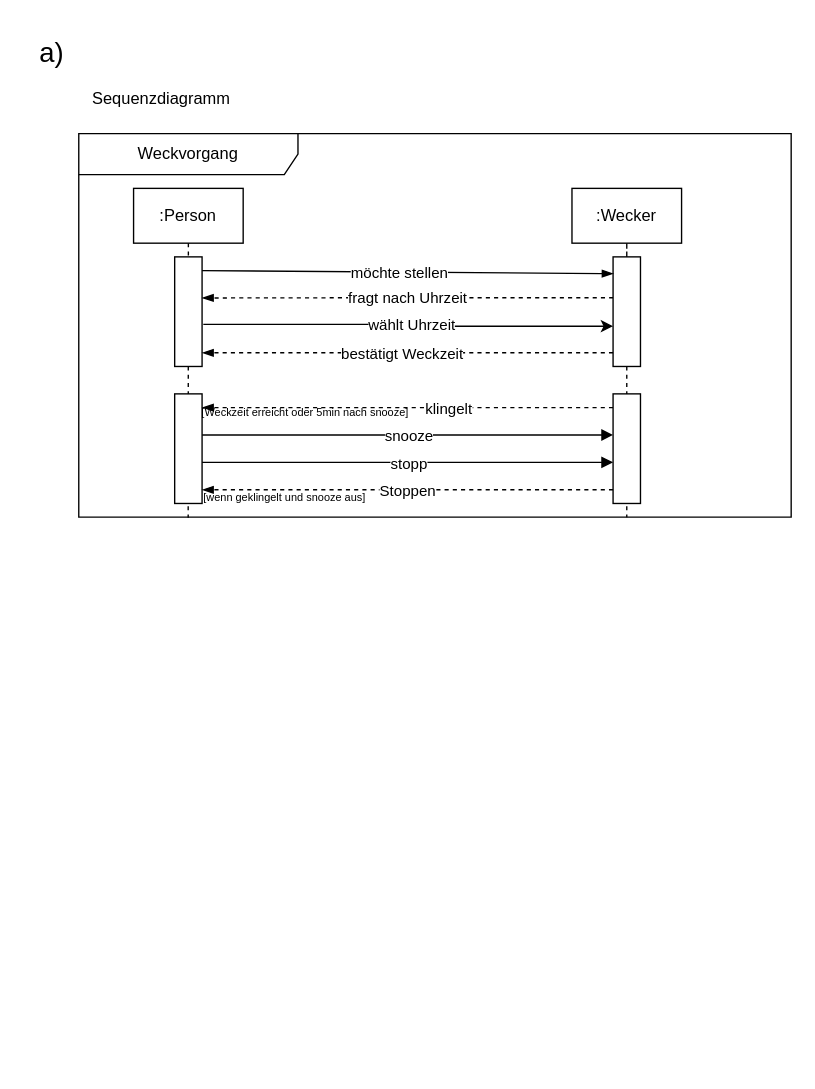
The draw.io diagram 10-13 Sequenzdiagramm und Zustandsdiagramm/Aufgabe10/Aufgabe10.drawio in R4Tobi/modellierung, before the edit. Source tidied: cells renumbered, new cells numbered last; positions are measured from the earlier drawing's top-left corner, leaving out a move shared by most shapes. Both pictures are drawn from the tidied source at 137%, with x=0, y=0 at pixel (23, 23).
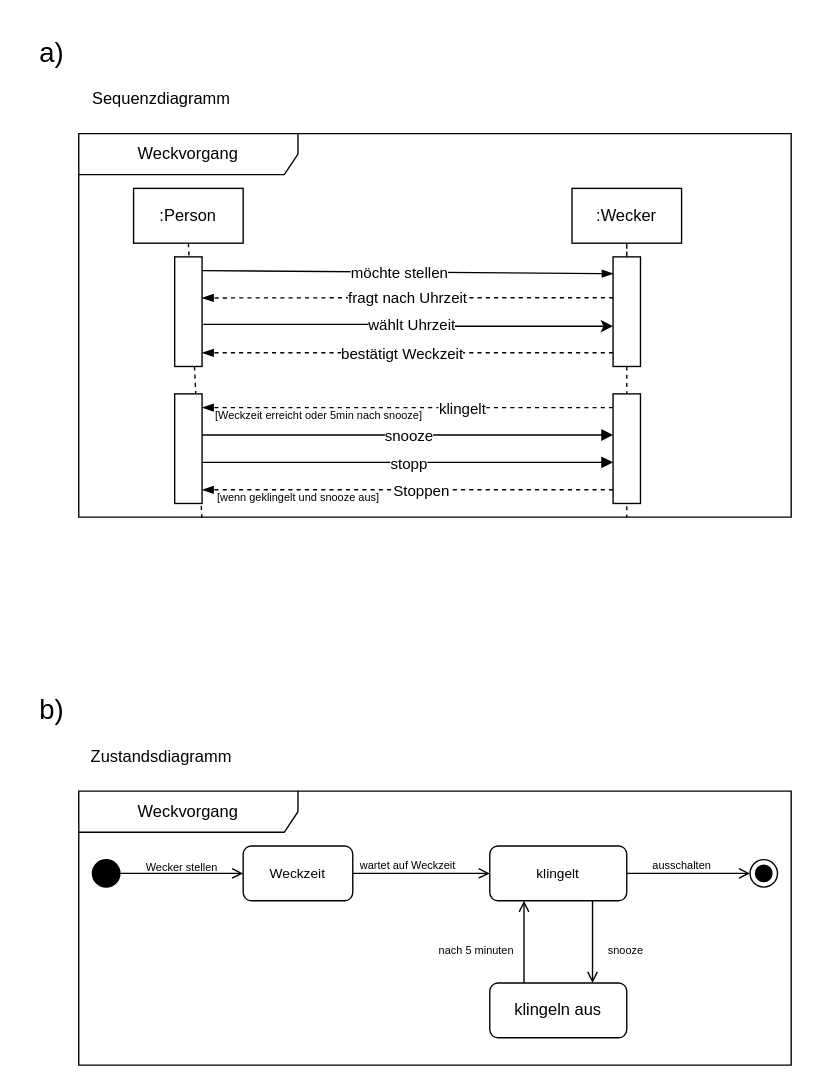
The same diagram, later.

The change refers to these unchanged cells:
```xml
<mxCell id="2" value="Weckvorgang" style="shape=umlFrame;whiteSpace=wrap;html=1;width=160;" parent="1" vertex="1">
  <mxGeometry x="40" y="80" width="520" height="280" as="geometry" />
</mxCell>
<mxCell id="21" style="edgeStyle=orthogonalEdgeStyle;rounded=0;orthogonalLoop=1;jettySize=auto;html=1;exitX=0;exitY=0.25;exitDx=0;exitDy=0;entryX=1;entryY=0.25;entryDx=0;entryDy=0;dashed=1;endArrow=blockThin;endFill=1;" parent="2" edge="1">
  <mxGeometry relative="1" as="geometry">
    <mxPoint x="390" y="200" as="sourcePoint" />
    <mxPoint x="90" y="200" as="targetPoint" />
  </mxGeometry>
</mxCell>
<mxCell id="25" style="edgeStyle=orthogonalEdgeStyle;rounded=0;orthogonalLoop=1;jettySize=auto;html=1;exitX=0;exitY=0.25;exitDx=0;exitDy=0;entryX=1;entryY=0.25;entryDx=0;entryDy=0;dashed=1;endArrow=blockThin;endFill=1;" parent="2" edge="1">
  <mxGeometry relative="1" as="geometry">
    <mxPoint x="390" y="260" as="sourcePoint" />
    <mxPoint x="90" y="260" as="targetPoint" />
  </mxGeometry>
</mxCell>
```

The edit, as a diff of the source:
```diff
@@
     <mxCell id="22" value="klingelt" style="edgeLabel;html=1;align=center;verticalAlign=middle;" parent="21" vertex="1">
       <mxGeometry x="0.01" y="1" relative="1" as="geometry">
-        <mxPoint x="31" y="-1" as="offset" />
+        <mxPoint x="41" y="-1" as="offset" />
       </mxGeometry>
     </mxCell>
@@
     <mxCell id="24" value="&lt;font style=&quot;font-size: 8px;&quot;&gt;[Weckzeit erreicht oder 5min nach snooze]&lt;/font&gt;" style="text;html=1;align=center;verticalAlign=middle;strokeColor=none;fillColor=none;" parent="2" vertex="1">
-      <mxGeometry x="80" y="188" width="170" height="30" as="geometry" />
+      <mxGeometry x="90" y="190" width="170" height="30" as="geometry" />
     </mxCell>
@@
     <mxCell id="26" value="Stoppen" style="edgeLabel;html=1;align=center;verticalAlign=middle;" parent="25" vertex="1">
       <mxGeometry x="0.01" y="1" relative="1" as="geometry">
-        <mxPoint x="1" y="-1" as="offset" />
+        <mxPoint x="11" y="-1" as="offset" />
       </mxGeometry>
     </mxCell>
@@
     <mxCell id="29" value="&lt;font style=&quot;font-size: 8px;&quot;&gt;[wenn geklingelt und snooze aus]&lt;/font&gt;" style="text;html=1;align=center;verticalAlign=middle;points=[];strokeColor=none;fillColor=none;" parent="2" vertex="1">
-      <mxGeometry x="80" y="250" width="140" height="30" as="geometry" />
+      <mxGeometry x="90" y="250" width="140" height="30" as="geometry" />
     </mxCell>
@@
+    <mxCell id="32" value="&lt;font style=&quot;font-size: 20px;&quot;&gt;b)&lt;/font&gt;" style="text;html=1;align=center;verticalAlign=middle;strokeColor=none;fillColor=none;" parent="1" vertex="1">
+      <mxGeometry y="480" width="40" height="40" as="geometry" />
+    </mxCell>
+    <mxCell id="33" value="Weckvorgang" style="shape=umlFrame;whiteSpace=wrap;html=1;width=160;" parent="1" vertex="1">
+      <mxGeometry x="40" y="560" width="520" height="200" as="geometry" />
+    </mxCell>
+    <mxCell id="34" style="edgeStyle=orthogonalEdgeStyle;rounded=0;jettySize=auto;html=1;entryX=0;entryY=0.5;entryDx=0;entryDy=0;endArrow=open;endFill=0;" parent="33" edge="1" source="35" target="37">
+      <mxGeometry relative="1" as="geometry" />
+    </mxCell>
+    <mxCell id="35" style="ellipse;fillColor=strokeColor;html=1;" parent="33" vertex="1">
+      <mxGeometry x="10" y="50" width="20" height="20" as="geometry" />
+    </mxCell>
+    <mxCell id="36" style="edgeStyle=orthogonalEdgeStyle;rounded=0;jettySize=auto;html=1;entryX=0;entryY=0.5;entryDx=0;entryDy=0;endArrow=open;endFill=0;" parent="33" edge="1" source="37" target="41">
+      <mxGeometry relative="1" as="geometry" />
+    </mxCell>
+    <mxCell id="37" value="&lt;font style=&quot;font-size: 10px;&quot;&gt;Weckzeit&lt;/font&gt;" style="rounded=1;whiteSpace=wrap;html=1;" parent="33" vertex="1">
+      <mxGeometry x="120" y="40" width="80" height="40" as="geometry" />
+    </mxCell>
+    <mxCell id="38" value="&lt;font style=&quot;font-size: 8px;&quot;&gt;Wecker stellen&lt;/font&gt;" style="text;html=1;align=center;verticalAlign=middle;strokeColor=none;fillColor=none;" parent="33" vertex="1">
+      <mxGeometry x="35" y="40" width="80" height="30" as="geometry" />
+    </mxCell>
+    <mxCell id="39" style="edgeStyle=orthogonalEdgeStyle;rounded=0;jettySize=auto;html=1;entryX=0;entryY=0.5;entryDx=0;entryDy=0;endArrow=open;endFill=0;" parent="33" edge="1" source="41" target="42">
+      <mxGeometry relative="1" as="geometry" />
+    </mxCell>
+    <mxCell id="40" style="edgeStyle=orthogonalEdgeStyle;rounded=0;jettySize=auto;html=1;exitX=0.75;exitY=1;exitDx=0;exitDy=0;entryX=0.75;entryY=0;entryDx=0;entryDy=0;endArrow=open;endFill=0;" parent="33" edge="1" source="41" target="44">
+      <mxGeometry relative="1" as="geometry" />
+    </mxCell>
+    <mxCell id="41" value="&lt;font style=&quot;font-size: 10px;&quot;&gt;klingelt&lt;/font&gt;" style="rounded=1;whiteSpace=wrap;html=1;" parent="33" vertex="1">
+      <mxGeometry x="300" y="40" width="100" height="40" as="geometry" />
+    </mxCell>
+    <mxCell id="42" style="ellipse;html=1;shape=endState;fillColor=strokeColor;" parent="33" vertex="1">
+      <mxGeometry x="490" y="50" width="20" height="20" as="geometry" />
+    </mxCell>
+    <mxCell id="43" style="edgeStyle=orthogonalEdgeStyle;rounded=0;jettySize=auto;html=1;exitX=0.25;exitY=0;exitDx=0;exitDy=0;entryX=0.25;entryY=1;entryDx=0;entryDy=0;endArrow=open;endFill=0;" parent="33" edge="1" source="44" target="41">
+      <mxGeometry relative="1" as="geometry" />
+    </mxCell>
+    <mxCell id="44" value="klingeln aus" style="rounded=1;whiteSpace=wrap;html=1;" parent="33" vertex="1">
+      <mxGeometry x="300" y="140" width="100" height="40" as="geometry" />
+    </mxCell>
+    <mxCell id="45" value="&lt;font style=&quot;font-size: 8px;&quot;&gt;snooze&lt;/font&gt;" style="text;html=1;align=center;verticalAlign=middle;strokeColor=none;fillColor=none;" parent="33" vertex="1">
+      <mxGeometry x="374" y="100" width="50" height="30" as="geometry" />
+    </mxCell>
+    <mxCell id="46" value="&lt;font style=&quot;font-size: 8px;&quot;&gt;nach 5 minuten&lt;/font&gt;" style="text;html=1;align=center;verticalAlign=middle;strokeColor=none;fillColor=none;" parent="33" vertex="1">
+      <mxGeometry x="250" y="100" width="80" height="30" as="geometry" />
+    </mxCell>
+    <mxCell id="47" value="Zustandsdiagramm" style="text;html=1;align=center;verticalAlign=middle;strokeColor=none;fillColor=none;" parent="1" vertex="1">
+      <mxGeometry x="35" y="520" width="130" height="30" as="geometry" />
+    </mxCell>
+    <mxCell id="48" value="&lt;font style=&quot;font-size: 8px;&quot;&gt;wartet auf Weckzeit&lt;/font&gt;" style="text;html=1;align=center;verticalAlign=middle;strokeColor=none;fillColor=none;" parent="1" vertex="1">
+      <mxGeometry x="235" y="598" width="90" height="30" as="geometry" />
+    </mxCell>
+    <mxCell id="49" value="&lt;font style=&quot;font-size: 8px;&quot;&gt;ausschalten&lt;/font&gt;" style="text;html=1;align=center;verticalAlign=middle;strokeColor=none;fillColor=none;" parent="1" vertex="1">
+      <mxGeometry x="445" y="598" width="70" height="30" as="geometry" />
+    </mxCell>
```
